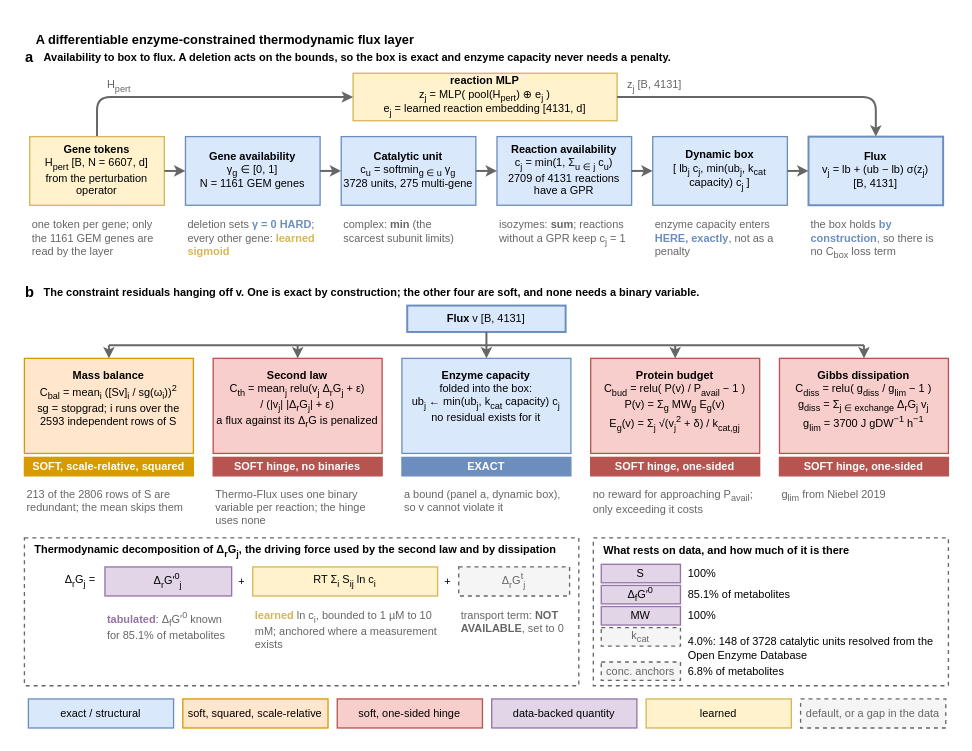
Earlier version of the draw.io diagram notes/assets/drawio/metabolism-flux-layer.drawio (Mjvolk3/torchcell). Source tidied: cells renumbered, new cells numbered last; positions are measured from the earlier drawing's top-left corner, leaving out a move shared by most shapes. Both pictures are drawn from the tidied source at 132%, with x=0, y=0 at pixel (22, 22).
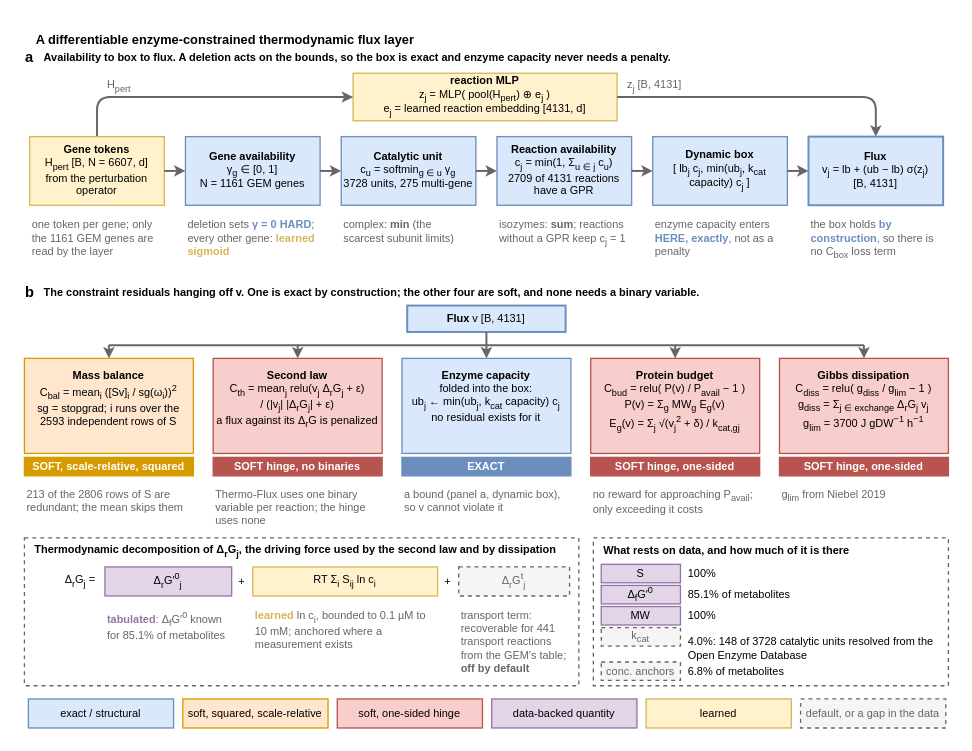
After the change.

Change to the diagram source:
```diff
@@
-    <mxCell id="61" value="&lt;font color=&quot;#D6B656&quot;&gt;&lt;b&gt;learned&lt;/b&gt;&lt;/font&gt; ln c&lt;sub&gt;i&lt;/sub&gt;, bounded to 1 µM to 10 mM; anchored where a measurement exists" style="text;html=1;whiteSpace=wrap;align=left;verticalAlign=top;fontFamily=Arial;fontSize=8.3;fontColor=#666666;" parent="1" vertex="1">
+    <mxCell id="61" value="&lt;font color=&quot;#D6B656&quot;&gt;&lt;b&gt;learned&lt;/b&gt;&lt;/font&gt; ln c&lt;sub&gt;i&lt;/sub&gt;, bounded to 0.1 µM to 10 mM; anchored where a measurement exists" style="text;html=1;whiteSpace=wrap;align=left;verticalAlign=top;fontFamily=Arial;fontSize=8.3;fontColor=#666666;" parent="1" vertex="1">
       <mxGeometry x="174" y="438" width="140" height="60" as="geometry" />
     </mxCell>
-    <mxCell id="62" value="transport term: &lt;b&gt;NOT AVAILABLE&lt;/b&gt;, set to 0" style="text;html=1;whiteSpace=wrap;align=left;verticalAlign=top;fontFamily=Arial;fontSize=8.3;fontColor=#666666;" parent="1" vertex="1">
+    <mxCell id="62" value="transport term: recoverable for 441 transport reactions from the GEM's table; &lt;b&gt;off by default&lt;/b&gt;" style="text;html=1;whiteSpace=wrap;align=left;verticalAlign=top;fontFamily=Arial;fontSize=8.3;fontColor=#666666;" parent="1" vertex="1">
       <mxGeometry x="330" y="438" width="84" height="60" as="geometry" />
     </mxCell>
```
